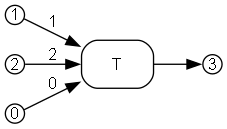
Before: crates/bhyp/images/test_copy_subst_commute/T_replacement.png, a diagram exported from Graphviz (ammatsui/bhypvis). Its source is kept beside it as crates/bhyp/images/test_copy_subst_commute/T_replacement.dot. Source of this version:
```dot
digraph T_replacement {
  fontname="Helvetica"
  fontsize=12
  rankdir=LR;
  node [fontname="Helvetica", fontsize=12];
  edge [fontname="Helvetica", fontsize=12];

  n3 [label="3", shape=circle, style=filled, fillcolor=white, color="black", width=0.2, height=0.2, fixedsize=true];
  n1 [label="1", shape=circle, style=filled, fillcolor=white, color="black", width=0.2, height=0.2, fixedsize=true];
  n2 [label="2", shape=circle, style=filled, fillcolor=white, color="black", width=0.2, height=0.2, fixedsize=true];
  n0 [label="0", shape=circle, style=filled, fillcolor=white, color="black", width=0.2, height=0.2, fixedsize=true];

  e0 [label="T", shape=box, style=rounded, color="black"];

  n0 -> e0 [label="0"];
  n1 -> e0 [label="1"];
  n2 -> e0 [label="2"];

  e0 -> n3 [label=""];
}
```
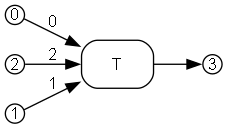
The same file after the commit.

Change to the diagram source:
```diff
@@ -5,10 +5,10 @@
   node [fontname="Helvetica", fontsize=12];
   edge [fontname="Helvetica", fontsize=12];
 
+  n0 [label="0", shape=circle, style=filled, fillcolor=white, color="black", width=0.2, height=0.2, fixedsize=true];
+  n2 [label="2", shape=circle, style=filled, fillcolor=white, color="black", width=0.2, height=0.2, fixedsize=true];
   n3 [label="3", shape=circle, style=filled, fillcolor=white, color="black", width=0.2, height=0.2, fixedsize=true];
   n1 [label="1", shape=circle, style=filled, fillcolor=white, color="black", width=0.2, height=0.2, fixedsize=true];
-  n2 [label="2", shape=circle, style=filled, fillcolor=white, color="black", width=0.2, height=0.2, fixedsize=true];
-  n0 [label="0", shape=circle, style=filled, fillcolor=white, color="black", width=0.2, height=0.2, fixedsize=true];
 
   e0 [label="T", shape=box, style=rounded, color="black"];
 
```
